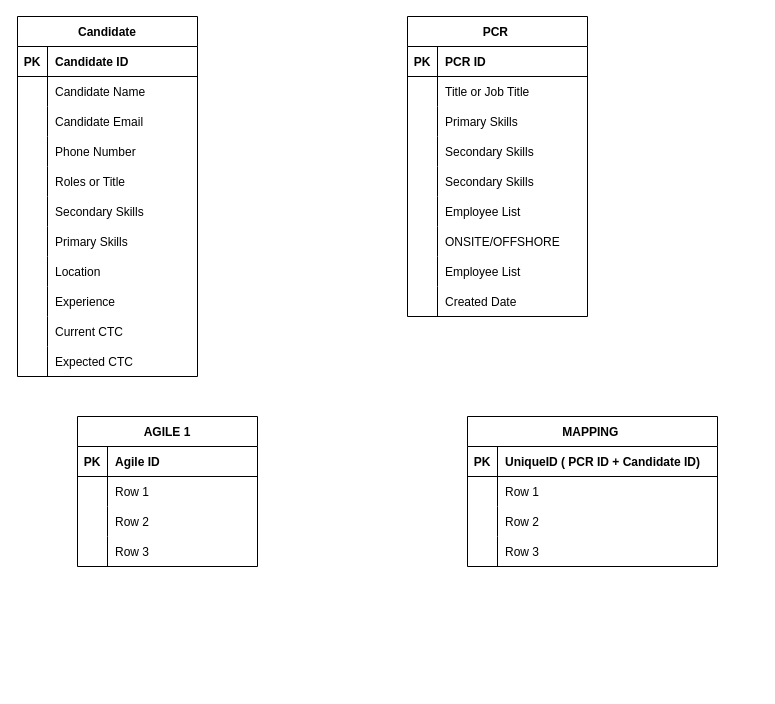
The draw.io diagram erd.dio in Vivek281088/Talent-Hunt, before the edit. Source tidied: cells renumbered, new cells numbered last; positions are measured from the earlier drawing's top-left corner, leaving out a move shared by most shapes. Both pictures are drawn from the tidied source at 100%, with x=0, y=0 at pixel (17, 16).
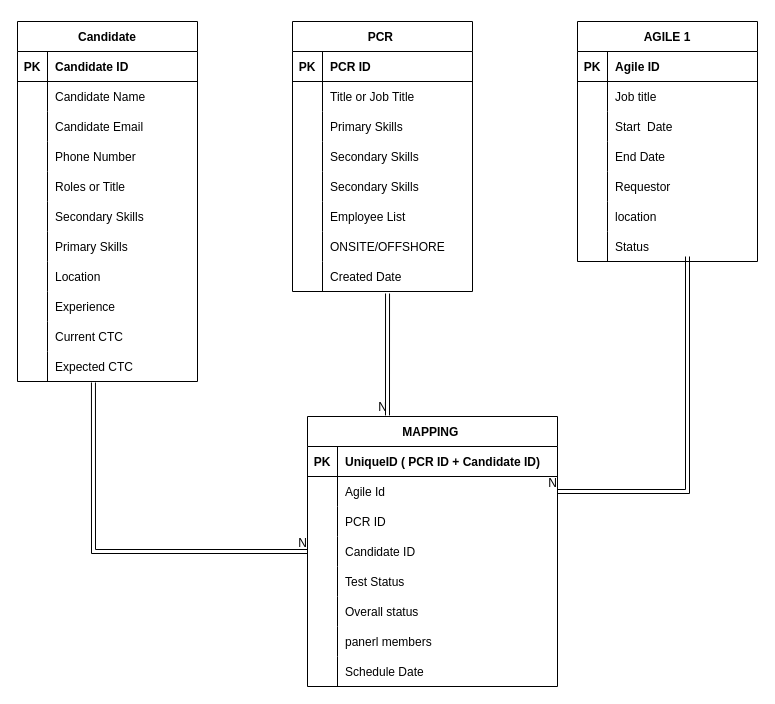
The same diagram, later.

Commit message:
erd diagram

The change refers to these unchanged cells:
```xml
<mxCell id="33" style="shape=tableRow;horizontal=0;startSize=0;swimlaneHead=0;swimlaneBody=0;fillColor=none;points=[[0,0.5],[1,0.5]];portConstraint=eastwest;top=0;left=0;right=0;bottom=0;" parent="2" vertex="1">
  <mxGeometry y="330" width="180" height="30" as="geometry" />
</mxCell>
<mxCell id="81" style="shape=tableRow;horizontal=0;startSize=0;swimlaneHead=0;swimlaneBody=0;fillColor=none;points=[[0,0.5],[1,0.5]];portConstraint=eastwest;top=0;left=0;right=0;bottom=0;" parent="77" vertex="1">
  <mxGeometry y="60" width="250" height="30" as="geometry" />
</mxCell>
<mxCell id="84" style="shape=tableRow;horizontal=0;startSize=0;swimlaneHead=0;swimlaneBody=0;fillColor=none;top=0;left=0;right=0;bottom=0;" parent="77" vertex="1">
  <mxGeometry y="90" width="250" height="30" as="geometry" />
</mxCell>
<mxCell id="87" style="shape=tableRow;horizontal=0;startSize=0;swimlaneHead=0;swimlaneBody=0;fillColor=none;points=[[0,0.5],[1,0.5]];portConstraint=eastwest;top=0;left=0;right=0;bottom=0;" parent="77" vertex="1">
  <mxGeometry y="120" width="250" height="30" as="geometry" />
</mxCell>
```

The edit, as a diff of the source:
```diff
@@
     <mxCell id="2" value="Candidate" style="shape=table;startSize=30;childLayout=tableLayout;rowLines=0;fontStyle=1;align=center;" parent="1" vertex="1">
-      <mxGeometry width="180" height="360" as="geometry" />
+      <mxGeometry y="5" width="180" height="360" as="geometry" />
     </mxCell>
@@
     <mxCell id="36" value="PCR " style="shape=table;startSize=30;childLayout=tableLayout;rowLines=0;fontStyle=1;align=center;" parent="1" vertex="1">
-      <mxGeometry x="390" width="180" height="300" as="geometry" />
+      <mxGeometry x="275" y="5" width="180" height="270" as="geometry" />
     </mxCell>
@@
-    <mxCell id="58" style="shape=tableRow;horizontal=0;startSize=0;swimlaneHead=0;swimlaneBody=0;fillColor=none;top=0;left=0;right=0;bottom=0;" parent="36" vertex="1">
-      <mxGeometry y="240" width="180" height="30" as="geometry" />
-    </mxCell>
-    <mxCell id="59" style="shape=partialRectangle;fillColor=none;top=0;left=0;bottom=0;right=0;overflow=hidden;labelBackgroundColor=none;labelBorderColor=none;fontColor=default;" parent="58" vertex="1">
-      <mxGeometry width="30" height="30" as="geometry" />
-    </mxCell>
-    <mxCell id="60" value="Employee List" style="shape=partialRectangle;fillColor=none;top=0;left=0;bottom=0;right=0;align=left;spacingLeft=6;overflow=hidden;" parent="58" vertex="1">
-      <mxGeometry x="30" width="150" height="30" as="geometry" />
-    </mxCell>
     <mxCell id="61" style="shape=tableRow;horizontal=0;startSize=0;swimlaneHead=0;swimlaneBody=0;fillColor=none;points=[[0,0.5],[1,0.5]];portConstraint=eastwest;top=0;left=0;right=0;bottom=0;" parent="36" vertex="1">
-      <mxGeometry y="270" width="180" height="30" as="geometry" />
+      <mxGeometry y="240" width="180" height="30" as="geometry" />
     </mxCell>
@@
     <mxCell id="64" value="AGILE 1" style="shape=table;startSize=30;childLayout=tableLayout;rowLines=0;fontStyle=1;align=center;" parent="1" vertex="1">
-      <mxGeometry x="60" y="400" width="180" height="150" as="geometry" />
+      <mxGeometry x="560" y="5" width="180" height="240" as="geometry" />
     </mxCell>
@@
-    <mxCell id="68" style="shape=tableRow;horizontal=0;startSize=0;swimlaneHead=0;swimlaneBody=0;fillColor=none;top=0;left=0;right=0;bottom=0;" parent="64" vertex="1">
-      <mxGeometry y="60" width="180" height="30" as="geometry" />
-    </mxCell>
-    <mxCell id="69" style="shape=partialRectangle;fillColor=none;top=0;left=0;bottom=0;right=0;overflow=hidden;" parent="68" vertex="1">
-      <mxGeometry width="30" height="30" as="geometry" />
-    </mxCell>
-    <mxCell id="70" value="Row 1" style="shape=partialRectangle;fillColor=none;top=0;left=0;bottom=0;right=0;align=left;spacingLeft=6;overflow=hidden;" parent="68" vertex="1">
-      <mxGeometry x="30" width="150" height="30" as="geometry" />
-    </mxCell>
     <mxCell id="71" style="shape=tableRow;horizontal=0;startSize=0;swimlaneHead=0;swimlaneBody=0;fillColor=none;top=0;left=0;right=0;bottom=0;" parent="64" vertex="1">
-      <mxGeometry y="90" width="180" height="30" as="geometry" />
+      <mxGeometry y="60" width="180" height="30" as="geometry" />
     </mxCell>
@@
-    <mxCell id="73" value="Row 2" style="shape=partialRectangle;fillColor=none;top=0;left=0;bottom=0;right=0;align=left;spacingLeft=6;overflow=hidden;" parent="71" vertex="1">
+    <mxCell id="73" value="Job title" style="shape=partialRectangle;fillColor=none;top=0;left=0;bottom=0;right=0;align=left;spacingLeft=6;overflow=hidden;" parent="71" vertex="1">
       <mxGeometry x="30" width="150" height="30" as="geometry" />
     </mxCell>
     <mxCell id="74" style="shape=tableRow;horizontal=0;startSize=0;swimlaneHead=0;swimlaneBody=0;fillColor=none;top=0;left=0;right=0;bottom=0;" parent="64" vertex="1">
-      <mxGeometry y="120" width="180" height="30" as="geometry" />
+      <mxGeometry y="90" width="180" height="30" as="geometry" />
     </mxCell>
@@
-    <mxCell id="76" value="Row 3" style="shape=partialRectangle;fillColor=none;top=0;left=0;bottom=0;right=0;align=left;spacingLeft=6;overflow=hidden;" parent="74" vertex="1">
+    <mxCell id="76" value="Start  Date" style="shape=partialRectangle;fillColor=none;top=0;left=0;bottom=0;right=0;align=left;spacingLeft=6;overflow=hidden;" parent="74" vertex="1">
       <mxGeometry x="30" width="150" height="30" as="geometry" />
     </mxCell>
+    <mxCell id="90" style="shape=tableRow;horizontal=0;startSize=0;swimlaneHead=0;swimlaneBody=0;fillColor=none;top=0;left=0;right=0;bottom=0;" parent="64" vertex="1">
+      <mxGeometry y="120" width="180" height="30" as="geometry" />
+    </mxCell>
+    <mxCell id="91" style="shape=partialRectangle;fillColor=none;top=0;left=0;bottom=0;right=0;overflow=hidden;" parent="90" vertex="1">
+      <mxGeometry width="30" height="30" as="geometry" />
+    </mxCell>
+    <mxCell id="92" value="End Date" style="shape=partialRectangle;fillColor=none;top=0;left=0;bottom=0;right=0;align=left;spacingLeft=6;overflow=hidden;" parent="90" vertex="1">
+      <mxGeometry x="30" width="150" height="30" as="geometry" />
+    </mxCell>
+    <mxCell id="93" style="shape=tableRow;horizontal=0;startSize=0;swimlaneHead=0;swimlaneBody=0;fillColor=none;top=0;left=0;right=0;bottom=0;" parent="64" vertex="1">
+      <mxGeometry y="150" width="180" height="30" as="geometry" />
+    </mxCell>
+    <mxCell id="94" style="shape=partialRectangle;fillColor=none;top=0;left=0;bottom=0;right=0;overflow=hidden;" parent="93" vertex="1">
+      <mxGeometry width="30" height="30" as="geometry" />
+    </mxCell>
+    <mxCell id="95" value="Requestor" style="shape=partialRectangle;fillColor=none;top=0;left=0;bottom=0;right=0;align=left;spacingLeft=6;overflow=hidden;" parent="93" vertex="1">
+      <mxGeometry x="30" width="150" height="30" as="geometry" />
+    </mxCell>
+    <mxCell id="96" style="shape=tableRow;horizontal=0;startSize=0;swimlaneHead=0;swimlaneBody=0;fillColor=none;top=0;left=0;right=0;bottom=0;" parent="64" vertex="1">
+      <mxGeometry y="180" width="180" height="30" as="geometry" />
+    </mxCell>
+    <mxCell id="97" style="shape=partialRectangle;fillColor=none;top=0;left=0;bottom=0;right=0;overflow=hidden;" parent="96" vertex="1">
+      <mxGeometry width="30" height="30" as="geometry" />
+    </mxCell>
+    <mxCell id="98" value="location" style="shape=partialRectangle;fillColor=none;top=0;left=0;bottom=0;right=0;align=left;spacingLeft=6;overflow=hidden;" parent="96" vertex="1">
+      <mxGeometry x="30" width="150" height="30" as="geometry" />
+    </mxCell>
+    <mxCell id="99" style="shape=tableRow;horizontal=0;startSize=0;swimlaneHead=0;swimlaneBody=0;fillColor=none;top=0;left=0;right=0;bottom=0;" parent="64" vertex="1">
+      <mxGeometry y="210" width="180" height="30" as="geometry" />
+    </mxCell>
+    <mxCell id="100" style="shape=partialRectangle;fillColor=none;top=0;left=0;bottom=0;right=0;overflow=hidden;" parent="99" vertex="1">
+      <mxGeometry width="30" height="30" as="geometry" />
+    </mxCell>
+    <mxCell id="101" value="Status" style="shape=partialRectangle;fillColor=none;top=0;left=0;bottom=0;right=0;align=left;spacingLeft=6;overflow=hidden;" parent="99" vertex="1">
+      <mxGeometry x="30" width="150" height="30" as="geometry" />
+    </mxCell>
     <mxCell id="77" value="MAPPING " style="shape=table;startSize=30;childLayout=tableLayout;rowLines=0;fontStyle=1;align=center;" parent="1" vertex="1">
-      <mxGeometry x="450" y="400" width="250" height="150" as="geometry" />
+      <mxGeometry x="290" y="400" width="250" height="270" as="geometry" />
     </mxCell>
@@
-    <mxCell id="83" value="Row 1" style="shape=partialRectangle;fillColor=none;top=0;left=0;bottom=0;right=0;align=left;spacingLeft=6;overflow=hidden;" parent="81" vertex="1">
+    <mxCell id="83" value="Agile Id" style="shape=partialRectangle;fillColor=none;top=0;left=0;bottom=0;right=0;align=left;spacingLeft=6;overflow=hidden;" parent="81" vertex="1">
       <mxGeometry x="30" width="220" height="30" as="geometry" />
     </mxCell>
@@
-    <mxCell id="86" value="Row 2" style="shape=partialRectangle;fillColor=none;top=0;left=0;bottom=0;right=0;align=left;spacingLeft=6;overflow=hidden;" parent="84" vertex="1">
+    <mxCell id="86" value="PCR ID" style="shape=partialRectangle;fillColor=none;top=0;left=0;bottom=0;right=0;align=left;spacingLeft=6;overflow=hidden;" parent="84" vertex="1">
       <mxGeometry x="30" width="220" height="30" as="geometry" />
     </mxCell>
@@
-    <mxCell id="89" value="Row 3" style="shape=partialRectangle;fillColor=none;top=0;left=0;bottom=0;right=0;align=left;spacingLeft=6;overflow=hidden;" parent="87" vertex="1">
+    <mxCell id="89" value="Candidate ID" style="shape=partialRectangle;fillColor=none;top=0;left=0;bottom=0;right=0;align=left;spacingLeft=6;overflow=hidden;" parent="87" vertex="1">
       <mxGeometry x="30" width="220" height="30" as="geometry" />
     </mxCell>
+    <mxCell id="102" style="shape=tableRow;horizontal=0;startSize=0;swimlaneHead=0;swimlaneBody=0;fillColor=none;top=0;left=0;right=0;bottom=0;" parent="77" vertex="1">
+      <mxGeometry y="150" width="250" height="30" as="geometry" />
+    </mxCell>
+    <mxCell id="103" style="shape=partialRectangle;fillColor=none;top=0;left=0;bottom=0;right=0;overflow=hidden;" parent="102" vertex="1">
+      <mxGeometry width="30" height="30" as="geometry" />
+    </mxCell>
+    <mxCell id="104" value="Test Status" style="shape=partialRectangle;fillColor=none;top=0;left=0;bottom=0;right=0;align=left;spacingLeft=6;overflow=hidden;" parent="102" vertex="1">
+      <mxGeometry x="30" width="220" height="30" as="geometry" />
+    </mxCell>
+    <mxCell id="105" style="shape=tableRow;horizontal=0;startSize=0;swimlaneHead=0;swimlaneBody=0;fillColor=none;top=0;left=0;right=0;bottom=0;" parent="77" vertex="1">
+      <mxGeometry y="180" width="250" height="30" as="geometry" />
+    </mxCell>
+    <mxCell id="106" style="shape=partialRectangle;fillColor=none;top=0;left=0;bottom=0;right=0;overflow=hidden;" parent="105" vertex="1">
+      <mxGeometry width="30" height="30" as="geometry" />
+    </mxCell>
+    <mxCell id="107" value="Overall status" style="shape=partialRectangle;fillColor=none;top=0;left=0;bottom=0;right=0;align=left;spacingLeft=6;overflow=hidden;" parent="105" vertex="1">
+      <mxGeometry x="30" width="220" height="30" as="geometry" />
+    </mxCell>
+    <mxCell id="108" style="shape=tableRow;horizontal=0;startSize=0;swimlaneHead=0;swimlaneBody=0;fillColor=none;top=0;left=0;right=0;bottom=0;" parent="77" vertex="1">
+      <mxGeometry y="210" width="250" height="30" as="geometry" />
+    </mxCell>
+    <mxCell id="109" style="shape=partialRectangle;fillColor=none;top=0;left=0;bottom=0;right=0;overflow=hidden;" parent="108" vertex="1">
+      <mxGeometry width="30" height="30" as="geometry" />
+    </mxCell>
+    <mxCell id="110" value="panerl members" style="shape=partialRectangle;fillColor=none;top=0;left=0;bottom=0;right=0;align=left;spacingLeft=6;overflow=hidden;" parent="108" vertex="1">
+      <mxGeometry x="30" width="220" height="30" as="geometry" />
+    </mxCell>
+    <mxCell id="111" style="shape=tableRow;horizontal=0;startSize=0;swimlaneHead=0;swimlaneBody=0;fillColor=none;top=0;left=0;right=0;bottom=0;" parent="77" vertex="1">
+      <mxGeometry y="240" width="250" height="30" as="geometry" />
+    </mxCell>
+    <mxCell id="112" style="shape=partialRectangle;fillColor=none;top=0;left=0;bottom=0;right=0;overflow=hidden;" parent="111" vertex="1">
+      <mxGeometry width="30" height="30" as="geometry" />
+    </mxCell>
+    <mxCell id="113" value="Schedule Date" style="shape=partialRectangle;fillColor=none;top=0;left=0;bottom=0;right=0;align=left;spacingLeft=6;overflow=hidden;" parent="111" vertex="1">
+      <mxGeometry x="30" width="220" height="30" as="geometry" />
+    </mxCell>
+    <mxCell id="114" style="shape=link;html=1;rounded=0;exitX=0.528;exitY=1.067;exitDx=0;exitDy=0;exitPerimeter=0;entryX=0.32;entryY=-0.004;entryDx=0;entryDy=0;entryPerimeter=0;" parent="1" edge="1" source="61" target="77">
+      <mxGeometry relative="1" as="geometry" />
+    </mxCell>
+    <mxCell id="115" value="N" style="html=1;align=right;verticalAlign=bottom;" parent="114" vertex="1">
+      <mxGeometry x="1" relative="1" as="geometry" />
+    </mxCell>
+    <mxCell id="116" style="shape=link;html=1;rounded=0;entryX=1;entryY=0.5;entryDx=0;entryDy=0;" parent="1" edge="1" target="81">
+      <mxGeometry relative="1" as="geometry">
+        <mxPoint x="670" y="240" as="sourcePoint" />
+        <Array as="points">
+          <mxPoint x="670" y="475" />
+        </Array>
+      </mxGeometry>
+    </mxCell>
+    <mxCell id="117" value="N" style="html=1;align=right;verticalAlign=bottom;" parent="116" vertex="1">
+      <mxGeometry x="1" relative="1" as="geometry" />
+    </mxCell>
+    <mxCell id="118" style="shape=link;html=1;rounded=0;exitX=0.422;exitY=1.033;exitDx=0;exitDy=0;exitPerimeter=0;entryX=0;entryY=0.5;entryDx=0;entryDy=0;" parent="1" edge="1" source="33" target="87">
+      <mxGeometry relative="1" as="geometry">
+        <Array as="points">
+          <mxPoint x="76" y="535" />
+        </Array>
+      </mxGeometry>
+    </mxCell>
+    <mxCell id="119" value="N" style="html=1;align=right;verticalAlign=bottom;" parent="118" vertex="1">
+      <mxGeometry x="1" relative="1" as="geometry" />
+    </mxCell>
```
